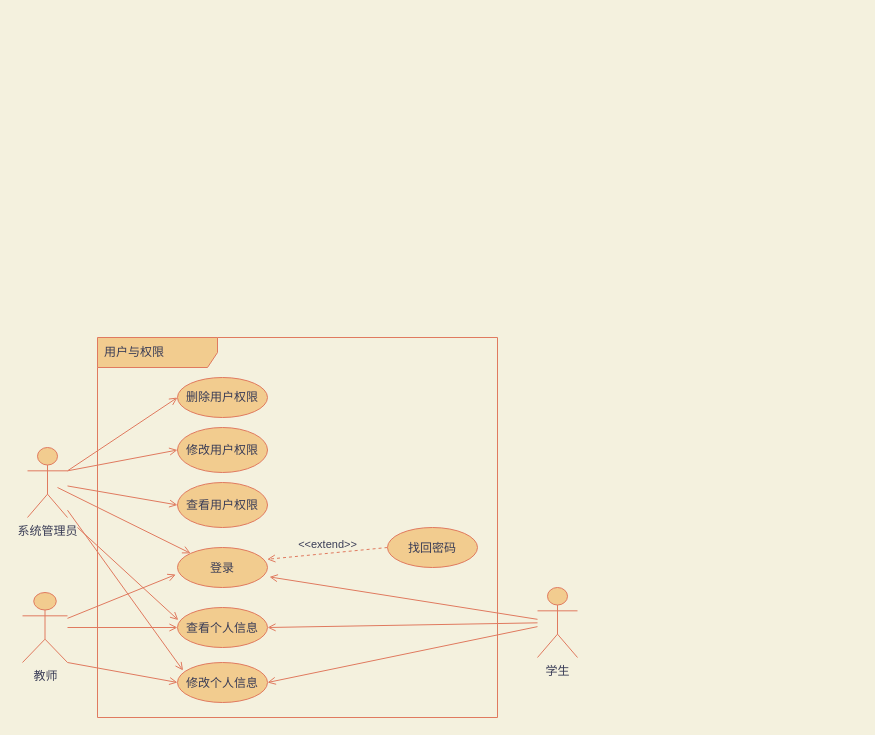
This is docs/img-raw/需求分析/认证与权限用例.drawio from rufeng-h/healthman, a draw.io file, before an edit. Source tidied: cells renumbered, new cells numbered last; positions are measured from the earlier drawing's top-left corner, leaving out a move shared by most shapes. Both pictures are drawn from the tidied source at 100%, with x=0, y=0 at pixel (22, 337).
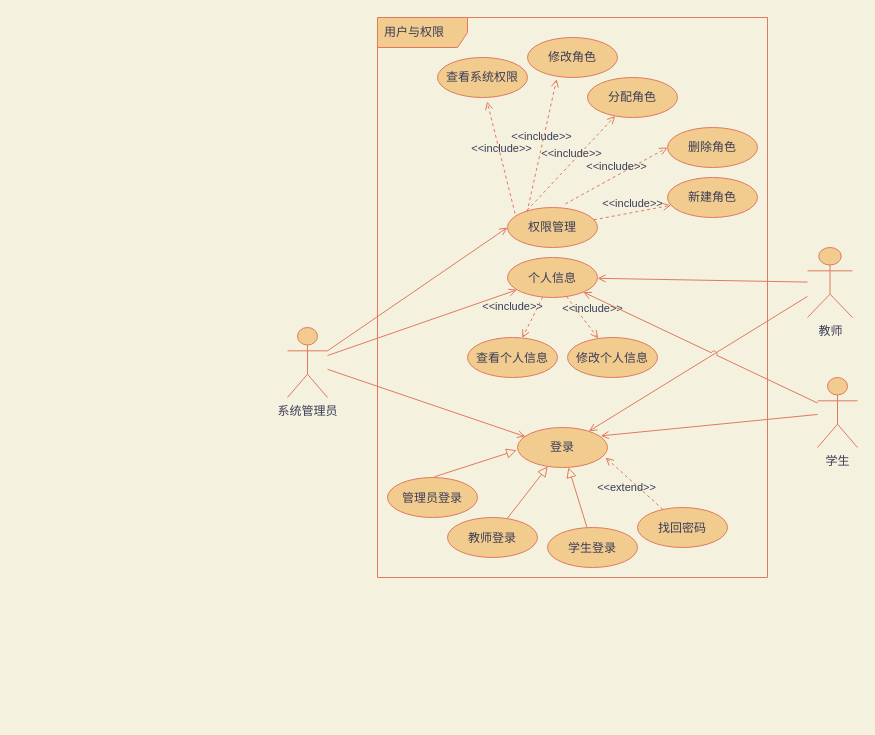
After the change.

Change to the diagram source:
```diff
@@
     <mxCell id="2" value="系统管理员" style="shape=umlActor;verticalLabelPosition=bottom;verticalAlign=top;html=1;outlineConnect=0;fillColor=#F2CC8F;strokeColor=#E07A5F;fontColor=#393C56;" parent="1" vertex="1">
-      <mxGeometry x="5" y="110" width="40" height="70" as="geometry" />
+      <mxGeometry x="265" y="-10" width="40" height="70" as="geometry" />
     </mxCell>
     <mxCell id="3" value="教师" style="shape=umlActor;verticalLabelPosition=bottom;verticalAlign=top;html=1;outlineConnect=0;fillColor=#F2CC8F;strokeColor=#E07A5F;fontColor=#393C56;" parent="1" vertex="1">
-      <mxGeometry y="255" width="45" height="70" as="geometry" />
+      <mxGeometry x="785" y="-90" width="45" height="70" as="geometry" />
     </mxCell>
-    <mxCell id="4" value="登录" style="ellipse;fillColor=#F2CC8F;strokeColor=#E07A5F;fontColor=#393C56;" parent="1" vertex="1">
-      <mxGeometry x="155" y="210" width="90" height="40" as="geometry" />
-    </mxCell>
-    <mxCell id="5" style="endArrow=open;startArrow=none;endFill=0;startFill=0;html=1;verticalAlign=bottom;labelBackgroundColor=none;strokeWidth=1;rounded=0;entryX=0;entryY=0;entryDx=0;entryDy=0;strokeColor=#E07A5F;fontColor=#393C56;" parent="1" edge="1" target="4">
-      <mxGeometry relative="1" as="geometry">
-        <mxPoint x="35" y="150" as="sourcePoint" />
-      </mxGeometry>
-    </mxCell>
-    <mxCell id="6" style="endArrow=open;startArrow=none;endFill=0;startFill=0;html=1;verticalAlign=bottom;labelBackgroundColor=none;strokeWidth=1;rounded=0;entryX=-0.018;entryY=0.675;entryDx=0;entryDy=0;entryPerimeter=0;strokeColor=#E07A5F;fontColor=#393C56;" parent="1" edge="1" source="3" target="4">
-      <mxGeometry relative="1" as="geometry" />
-    </mxCell>
-    <mxCell id="7" value="查看个人信息" style="ellipse;fillColor=#F2CC8F;strokeColor=#E07A5F;fontColor=#393C56;" parent="1" vertex="1">
-      <mxGeometry x="155" y="270" width="90" height="40" as="geometry" />
-    </mxCell>
-    <mxCell id="8" value="修改个人信息" style="ellipse;fillColor=#F2CC8F;strokeColor=#E07A5F;fontColor=#393C56;" parent="1" vertex="1">
-      <mxGeometry x="155" y="325" width="90" height="40" as="geometry" />
-    </mxCell>
-    <mxCell id="9" style="endArrow=open;startArrow=none;endFill=0;startFill=0;html=1;verticalAlign=bottom;labelBackgroundColor=none;strokeWidth=1;rounded=0;entryX=0.009;entryY=0.315;entryDx=0;entryDy=0;entryPerimeter=0;strokeColor=#E07A5F;fontColor=#393C56;" parent="1" edge="1" target="7">
-      <mxGeometry relative="1" as="geometry">
-        <mxPoint x="55" y="190" as="sourcePoint" />
-      </mxGeometry>
+    <mxCell id="9" style="endArrow=open;startArrow=none;endFill=0;startFill=0;html=1;verticalAlign=bottom;labelBackgroundColor=none;strokeWidth=1;rounded=0;entryX=0;entryY=0.5;entryDx=0;entryDy=0;strokeColor=#E07A5F;fontColor=#393C56;exitX=1;exitY=0.3333333333333333;exitDx=0;exitDy=0;exitPerimeter=0;" parent="1" edge="1" source="2" target="29">
+      <mxGeometry relative="1" as="geometry" />
     </mxCell>
-    <mxCell id="10" style="endArrow=open;startArrow=none;endFill=0;startFill=0;html=1;verticalAlign=bottom;labelBackgroundColor=none;strokeWidth=1;rounded=0;entryX=0;entryY=0.5;entryDx=0;entryDy=0;strokeColor=#E07A5F;fontColor=#393C56;" parent="1" edge="1" source="3" target="7">
-      <mxGeometry relative="1" as="geometry" />
-    </mxCell>
-    <mxCell id="11" style="endArrow=open;startArrow=none;endFill=0;startFill=0;html=1;verticalAlign=bottom;labelBackgroundColor=none;strokeWidth=1;rounded=0;entryX=0;entryY=0.5;entryDx=0;entryDy=0;exitX=1;exitY=1;exitDx=0;exitDy=0;exitPerimeter=0;strokeColor=#E07A5F;fontColor=#393C56;" parent="1" edge="1" source="3" target="8">
-      <mxGeometry relative="1" as="geometry" />
-    </mxCell>
-    <mxCell id="12" style="endArrow=open;startArrow=none;endFill=0;startFill=0;html=1;verticalAlign=bottom;labelBackgroundColor=none;strokeWidth=1;rounded=0;entryX=0.062;entryY=0.2;entryDx=0;entryDy=0;entryPerimeter=0;strokeColor=#E07A5F;fontColor=#393C56;" parent="1" edge="1" source="2" target="8">
-      <mxGeometry relative="1" as="geometry" />
-    </mxCell>
     <mxCell id="13" value="学生" style="shape=umlActor;verticalLabelPosition=bottom;verticalAlign=top;html=1;outlineConnect=0;fillColor=#F2CC8F;strokeColor=#E07A5F;fontColor=#393C56;" parent="1" vertex="1">
-      <mxGeometry x="515" y="250" width="40" height="70" as="geometry" />
+      <mxGeometry x="795" y="40" width="40" height="70" as="geometry" />
     </mxCell>
-    <mxCell id="14" style="endArrow=open;startArrow=none;endFill=0;startFill=0;html=1;verticalAlign=bottom;labelBackgroundColor=none;strokeWidth=1;rounded=0;entryX=1.022;entryY=0.735;entryDx=0;entryDy=0;entryPerimeter=0;strokeColor=#E07A5F;fontColor=#393C56;" parent="1" edge="1" source="13" target="4">
-      <mxGeometry relative="1" as="geometry" />
-    </mxCell>
-    <mxCell id="15" style="endArrow=open;startArrow=none;endFill=0;startFill=0;html=1;verticalAlign=bottom;labelBackgroundColor=none;strokeWidth=1;rounded=0;entryX=1;entryY=0.5;entryDx=0;entryDy=0;strokeColor=#E07A5F;fontColor=#393C56;" parent="1" edge="1" source="13" target="7">
-      <mxGeometry relative="1" as="geometry" />
-    </mxCell>
-    <mxCell id="16" style="endArrow=open;startArrow=none;endFill=0;startFill=0;html=1;verticalAlign=bottom;labelBackgroundColor=none;strokeWidth=1;rounded=0;entryX=1;entryY=0.5;entryDx=0;entryDy=0;strokeColor=#E07A5F;fontColor=#393C56;" parent="1" edge="1" source="13" target="8">
-      <mxGeometry relative="1" as="geometry" />
-    </mxCell>
-    <mxCell id="17" value="&amp;lt;&amp;lt;extend&amp;gt;&amp;gt;" style="endArrow=open;html=1;rounded=0;align=center;verticalAlign=bottom;dashed=1;endFill=0;labelBackgroundColor=none;entryX=0.996;entryY=0.295;entryDx=0;entryDy=0;entryPerimeter=0;strokeColor=#E07A5F;fontColor=#393C56;" parent="1" edge="1" target="4">
-      <mxGeometry relative="1" as="geometry">
-        <mxPoint x="365" y="210" as="sourcePoint" />
-      </mxGeometry>
+    <mxCell id="17" value="&amp;lt;&amp;lt;extend&amp;gt;&amp;gt;" style="endArrow=open;html=1;rounded=0;align=center;verticalAlign=bottom;dashed=1;endFill=0;labelBackgroundColor=none;strokeColor=#E07A5F;fontColor=#393C56;entryX=0.978;entryY=0.75;entryDx=0;entryDy=0;entryPerimeter=0;" parent="1" edge="1" source="19" target="4">
+      <mxGeometry x="-0.06" y="15" relative="1" as="geometry" />
     </mxCell>
@@
     <mxCell id="19" value="找回密码" style="ellipse;fillColor=#F2CC8F;strokeColor=#E07A5F;fontColor=#393C56;" parent="1" vertex="1">
-      <mxGeometry x="365" y="190" width="90" height="40" as="geometry" />
+      <mxGeometry x="615" y="170" width="90" height="40" as="geometry" />
     </mxCell>
-    <mxCell id="20" value="查看用户权限" style="ellipse;whiteSpace=wrap;html=1;fillColor=#F2CC8F;strokeColor=#E07A5F;fontColor=#393C56;" parent="1" vertex="1">
-      <mxGeometry x="155" y="145" width="90" height="45" as="geometry" />
-    </mxCell>
-    <mxCell id="21" style="endArrow=open;startArrow=none;endFill=0;startFill=0;html=1;verticalAlign=bottom;labelBackgroundColor=none;strokeWidth=1;rounded=0;entryX=0;entryY=0.5;entryDx=0;entryDy=0;strokeColor=#E07A5F;fontColor=#393C56;" parent="1" edge="1" source="2" target="20">
-      <mxGeometry relative="1" as="geometry" />
-    </mxCell>
-    <mxCell id="22" value="修改用户权限" style="ellipse;whiteSpace=wrap;html=1;fillColor=#F2CC8F;strokeColor=#E07A5F;fontColor=#393C56;" parent="1" vertex="1">
-      <mxGeometry x="155" y="90" width="90" height="45" as="geometry" />
+    <mxCell id="22" value="修改角色" style="ellipse;whiteSpace=wrap;html=1;fillColor=#F2CC8F;strokeColor=#E07A5F;fontColor=#393C56;" parent="1" vertex="1">
+      <mxGeometry x="505" y="-300" width="90" height="40" as="geometry" />
     </mxCell>
-    <mxCell id="23" value="删除用户权限" style="ellipse;whiteSpace=wrap;html=1;fillColor=#F2CC8F;strokeColor=#E07A5F;fontColor=#393C56;" parent="1" vertex="1">
-      <mxGeometry x="155" y="40" width="90" height="40" as="geometry" />
+    <mxCell id="23" value="删除角色" style="ellipse;whiteSpace=wrap;html=1;fillColor=#F2CC8F;strokeColor=#E07A5F;fontColor=#393C56;" parent="1" vertex="1">
+      <mxGeometry x="645" y="-210" width="90" height="40" as="geometry" />
     </mxCell>
-    <mxCell id="24" style="endArrow=open;startArrow=none;endFill=0;startFill=0;html=1;verticalAlign=bottom;labelBackgroundColor=none;strokeWidth=1;rounded=0;entryX=0;entryY=0.5;entryDx=0;entryDy=0;exitX=1;exitY=0.3333333333333333;exitDx=0;exitDy=0;exitPerimeter=0;strokeColor=#E07A5F;fontColor=#393C56;" parent="1" edge="1" source="2" target="22">
-      <mxGeometry relative="1" as="geometry" />
-    </mxCell>
-    <mxCell id="25" style="endArrow=open;startArrow=none;endFill=0;startFill=0;html=1;verticalAlign=bottom;labelBackgroundColor=none;strokeWidth=1;rounded=0;entryX=0;entryY=0.5;entryDx=0;entryDy=0;exitX=1;exitY=0.3333333333333333;exitDx=0;exitDy=0;exitPerimeter=0;strokeColor=#E07A5F;fontColor=#393C56;" parent="1" edge="1" source="2" target="23">
-      <mxGeometry relative="1" as="geometry" />
-    </mxCell>
-    <mxCell id="26" value="用户与权限" style="shape=umlFrame;whiteSpace=wrap;html=1;width=120;height=30;boundedLbl=1;verticalAlign=middle;align=left;spacingLeft=5;rounded=0;sketch=0;fontColor=#393C56;strokeColor=#E07A5F;fillColor=#F2CC8F;" parent="1" vertex="1">
-      <mxGeometry x="75" width="400" height="380" as="geometry" />
+    <mxCell id="26" value="用户与权限" style="shape=umlFrame;whiteSpace=wrap;html=1;width=90;height=30;boundedLbl=1;verticalAlign=middle;align=left;spacingLeft=5;rounded=0;sketch=0;fontColor=#393C56;strokeColor=#E07A5F;fillColor=#F2CC8F;" parent="1" vertex="1">
+      <mxGeometry x="355" y="-320" width="390" height="560" as="geometry" />
     </mxCell>
+    <mxCell id="27" value="查看系统权限" style="ellipse;whiteSpace=wrap;html=1;fillColor=#F2CC8F;strokeColor=#E07A5F;fontColor=#393C56;" parent="1" vertex="1">
+      <mxGeometry x="415" y="-280" width="90" height="40" as="geometry" />
+    </mxCell>
+    <mxCell id="28" value="分配角色" style="ellipse;whiteSpace=wrap;html=1;fillColor=#F2CC8F;strokeColor=#E07A5F;fontColor=#393C56;" parent="1" vertex="1">
+      <mxGeometry x="565" y="-260" width="90" height="40" as="geometry" />
+    </mxCell>
+    <mxCell id="29" value="权限管理" style="ellipse;whiteSpace=wrap;html=1;fillColor=#F2CC8F;strokeColor=#E07A5F;fontColor=#393C56;" parent="1" vertex="1">
+      <mxGeometry x="485" y="-130" width="90" height="40" as="geometry" />
+    </mxCell>
+    <mxCell id="4" value="登录" style="ellipse;whiteSpace=wrap;html=1;fillColor=#F2CC8F;strokeColor=#E07A5F;fontColor=#393C56;" parent="1" vertex="1">
+      <mxGeometry x="495" y="90" width="90" height="40" as="geometry" />
+    </mxCell>
+    <mxCell id="30" value="个人信息" style="ellipse;fillColor=#F2CC8F;strokeColor=#E07A5F;fontColor=#393C56;" parent="1" vertex="1">
+      <mxGeometry x="485" y="-80" width="90" height="40" as="geometry" />
+    </mxCell>
+    <mxCell id="7" value="查看个人信息" style="ellipse;fillColor=#F2CC8F;strokeColor=#E07A5F;fontColor=#393C56;" parent="1" vertex="1">
+      <mxGeometry x="445" width="90" height="40" as="geometry" />
+    </mxCell>
+    <mxCell id="8" value="修改个人信息" style="ellipse;fillColor=#F2CC8F;strokeColor=#E07A5F;fontColor=#393C56;" parent="1" vertex="1">
+      <mxGeometry x="545" width="90" height="40" as="geometry" />
+    </mxCell>
+    <mxCell id="31" value="&amp;lt;&amp;lt;include&amp;gt;&amp;gt;" style="html=1;verticalAlign=bottom;labelBackgroundColor=none;endArrow=open;endFill=0;dashed=1;rounded=0;strokeColor=#E07A5F;fontColor=#393C56;" parent="1" edge="1" source="30" target="8">
+      <mxGeometry x="0.23" y="8" relative="1" as="geometry" />
+    </mxCell>
+    <mxCell id="32" value="&amp;lt;&amp;lt;include&amp;gt;&amp;gt;" style="html=1;verticalAlign=bottom;labelBackgroundColor=none;endArrow=open;endFill=0;dashed=1;rounded=0;strokeColor=#E07A5F;fontColor=#393C56;" parent="1" edge="1" source="30" target="7">
+      <mxGeometry x="0.33" y="-19" relative="1" as="geometry" />
+    </mxCell>
+    <mxCell id="33" value="新建角色" style="ellipse;whiteSpace=wrap;html=1;fillColor=#F2CC8F;strokeColor=#E07A5F;fontColor=#393C56;" parent="1" vertex="1">
+      <mxGeometry x="645" y="-160" width="90" height="40" as="geometry" />
+    </mxCell>
+    <mxCell id="34" value="&amp;lt;&amp;lt;include&amp;gt;&amp;gt;" style="html=1;verticalAlign=bottom;labelBackgroundColor=none;endArrow=open;endFill=0;dashed=1;rounded=0;entryX=0.324;entryY=1.04;entryDx=0;entryDy=0;entryPerimeter=0;exitX=0.218;exitY=0.11;exitDx=0;exitDy=0;exitPerimeter=0;strokeColor=#E07A5F;fontColor=#393C56;" parent="1" edge="1" source="29" target="22">
+      <mxGeometry relative="1" as="geometry" />
+    </mxCell>
+    <mxCell id="35" value="&amp;lt;&amp;lt;include&amp;gt;&amp;gt;" style="html=1;verticalAlign=bottom;labelBackgroundColor=none;endArrow=open;endFill=0;dashed=1;rounded=0;exitX=0.218;exitY=0.07;exitDx=0;exitDy=0;exitPerimeter=0;strokeColor=#E07A5F;fontColor=#393C56;" parent="1" edge="1" source="29" target="28">
+      <mxGeometry relative="1" as="geometry" />
+    </mxCell>
+    <mxCell id="36" value="&amp;lt;&amp;lt;include&amp;gt;&amp;gt;" style="html=1;verticalAlign=bottom;labelBackgroundColor=none;endArrow=open;endFill=0;dashed=1;rounded=0;entryX=0;entryY=0.5;entryDx=0;entryDy=0;exitX=0.644;exitY=-0.09;exitDx=0;exitDy=0;exitPerimeter=0;strokeColor=#E07A5F;fontColor=#393C56;" parent="1" edge="1" source="29" target="23">
+      <mxGeometry relative="1" as="geometry" />
+    </mxCell>
+    <mxCell id="37" value="&amp;lt;&amp;lt;include&amp;gt;&amp;gt;" style="html=1;verticalAlign=bottom;labelBackgroundColor=none;endArrow=open;endFill=0;dashed=1;rounded=0;entryX=0.551;entryY=1.1;entryDx=0;entryDy=0;entryPerimeter=0;exitX=0.084;exitY=0.15;exitDx=0;exitDy=0;exitPerimeter=0;strokeColor=#E07A5F;fontColor=#393C56;" parent="1" edge="1" source="29" target="27">
+      <mxGeometry relative="1" as="geometry" />
+    </mxCell>
+    <mxCell id="38" value="&amp;lt;&amp;lt;include&amp;gt;&amp;gt;" style="html=1;verticalAlign=bottom;labelBackgroundColor=none;endArrow=open;endFill=0;dashed=1;rounded=0;strokeColor=#E07A5F;fontColor=#393C56;" parent="1" edge="1" source="29" target="33">
+      <mxGeometry relative="1" as="geometry" />
+    </mxCell>
+    <mxCell id="39" style="endArrow=block;startArrow=none;endFill=0;startFill=0;endSize=8;html=1;verticalAlign=bottom;labelBackgroundColor=none;rounded=0;entryX=-0.009;entryY=0.57;entryDx=0;entryDy=0;entryPerimeter=0;exitX=0.524;exitY=-0.02;exitDx=0;exitDy=0;exitPerimeter=0;strokeColor=#E07A5F;fontColor=#393C56;" parent="1" edge="1" source="40" target="4">
+      <mxGeometry relative="1" as="geometry" />
+    </mxCell>
+    <mxCell id="40" value="管理员登录" style="ellipse;fillColor=#F2CC8F;strokeColor=#E07A5F;fontColor=#393C56;" parent="1" vertex="1">
+      <mxGeometry x="365" y="140" width="90" height="40" as="geometry" />
+    </mxCell>
+    <mxCell id="41" value="教师登录" style="ellipse;fillColor=#F2CC8F;strokeColor=#E07A5F;fontColor=#393C56;" parent="1" vertex="1">
+      <mxGeometry x="425" y="180" width="90" height="40" as="geometry" />
+    </mxCell>
+    <mxCell id="42" value="学生登录" style="ellipse;fillColor=#F2CC8F;strokeColor=#E07A5F;fontColor=#393C56;" parent="1" vertex="1">
+      <mxGeometry x="525" y="190" width="90" height="40" as="geometry" />
+    </mxCell>
+    <mxCell id="43" style="endArrow=block;startArrow=none;endFill=0;startFill=0;endSize=8;html=1;verticalAlign=bottom;labelBackgroundColor=none;rounded=0;strokeColor=#E07A5F;fontColor=#393C56;" parent="1" edge="1" source="41" target="4">
+      <mxGeometry relative="1" as="geometry" />
+    </mxCell>
+    <mxCell id="44" style="endArrow=block;startArrow=none;endFill=0;startFill=0;endSize=8;html=1;verticalAlign=bottom;labelBackgroundColor=none;rounded=0;exitX=0.44;exitY=0.01;exitDx=0;exitDy=0;exitPerimeter=0;strokeColor=#E07A5F;fontColor=#393C56;" parent="1" edge="1" source="42" target="4">
+      <mxGeometry relative="1" as="geometry" />
+    </mxCell>
+    <mxCell id="14" style="endArrow=open;startArrow=none;endFill=0;startFill=0;html=1;verticalAlign=bottom;labelBackgroundColor=none;strokeWidth=1;rounded=0;strokeColor=#E07A5F;fontColor=#393C56;entryX=0.924;entryY=0.21;entryDx=0;entryDy=0;entryPerimeter=0;" parent="1" edge="1" source="13" target="4">
+      <mxGeometry relative="1" as="geometry" />
+    </mxCell>
+    <mxCell id="45" style="endArrow=open;startArrow=none;endFill=0;startFill=0;html=1;verticalAlign=bottom;labelBackgroundColor=none;strokeWidth=1;rounded=0;strokeColor=#E07A5F;fontColor=#393C56;" parent="1" edge="1" source="2" target="30">
+      <mxGeometry relative="1" as="geometry" />
+    </mxCell>
+    <mxCell id="6" style="endArrow=open;startArrow=none;endFill=0;startFill=0;html=1;verticalAlign=bottom;labelBackgroundColor=none;strokeWidth=1;rounded=0;strokeColor=#E07A5F;fontColor=#393C56;" parent="1" edge="1" source="3" target="4">
+      <mxGeometry relative="1" as="geometry" />
+    </mxCell>
+    <mxCell id="46" style="endArrow=open;startArrow=none;endFill=0;startFill=0;html=1;verticalAlign=bottom;labelBackgroundColor=none;strokeWidth=1;rounded=0;strokeColor=#E07A5F;fontColor=#393C56;noJump=0;orthogonal=0;sketch=0;jumpStyle=arc;" parent="1" edge="1" source="13" target="30">
+      <mxGeometry relative="1" as="geometry" />
+    </mxCell>
+    <mxCell id="47" style="endArrow=open;startArrow=none;endFill=0;startFill=0;html=1;verticalAlign=bottom;labelBackgroundColor=none;strokeWidth=1;rounded=0;strokeColor=#E07A5F;fontColor=#393C56;" parent="1" edge="1" source="3" target="30">
+      <mxGeometry relative="1" as="geometry" />
+    </mxCell>
+    <mxCell id="48" style="endArrow=open;startArrow=none;endFill=0;startFill=0;html=1;verticalAlign=bottom;labelBackgroundColor=none;strokeWidth=1;rounded=0;strokeColor=#E07A5F;fontColor=#393C56;entryX=0.089;entryY=0.23;entryDx=0;entryDy=0;entryPerimeter=0;" parent="1" edge="1" source="2" target="4">
+      <mxGeometry relative="1" as="geometry" />
+    </mxCell>
```
